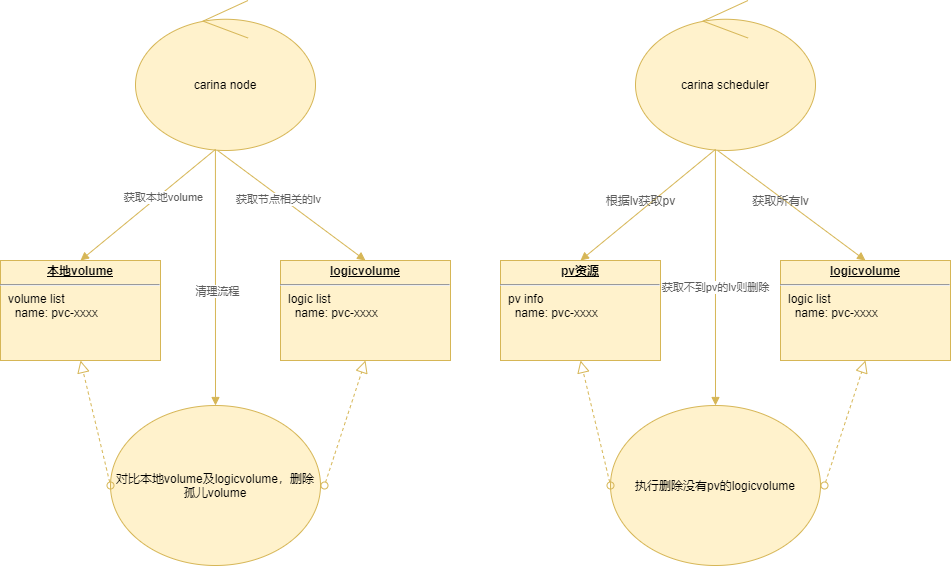
Before: docs/img/csi-troubleshoot.png, a diagram exported from draw.io (carina-io/carina). Source tidied: cells renumbered, new cells last; positions are measured from the earlier drawing's top-left corner, leaving out a move shared by most shapes.
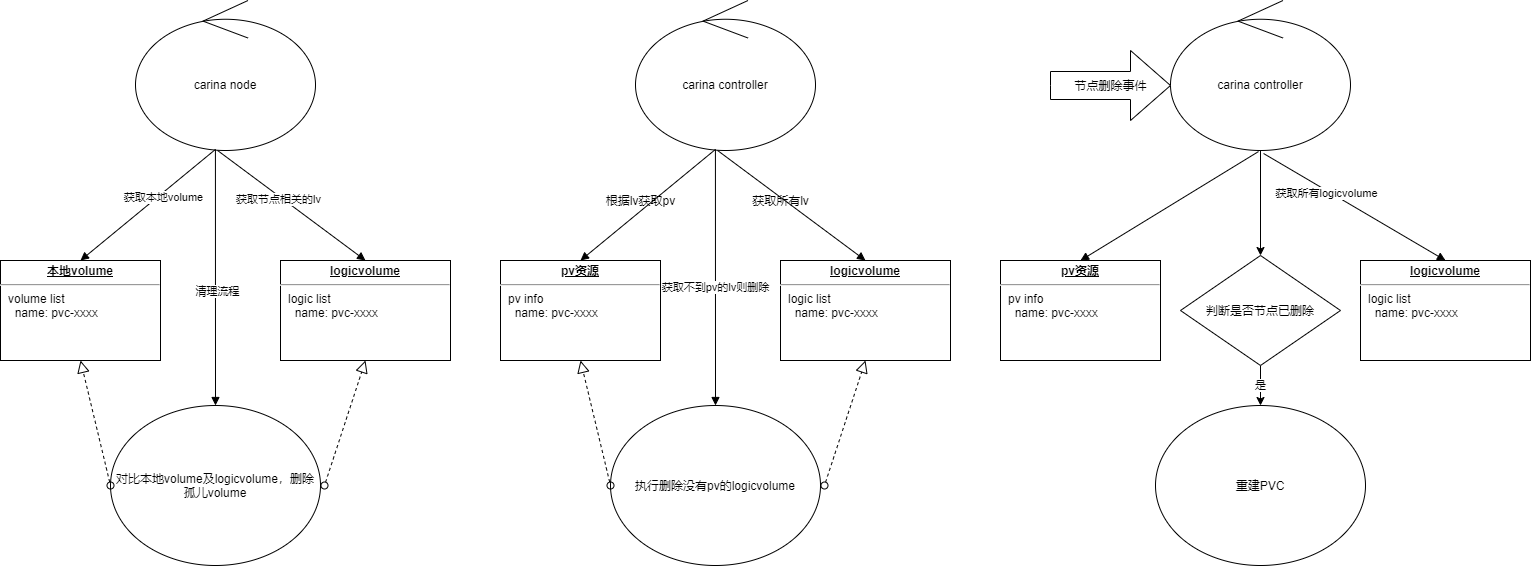
The same diagram one commit later.

Commit message:
更新设计图片

Change to the diagram source:
```diff
@@ -2,81 +2,116 @@
   <root>
     <mxCell id="0" />
     <mxCell id="1" parent="0" />
-    <mxCell id="2" value="carina node" style="ellipse;shape=umlControl;whiteSpace=wrap;html=1;fillColor=#fff2cc;strokeColor=#d6b656;" parent="1" vertex="1">
+    <mxCell id="2" value="carina node" style="ellipse;shape=umlControl;whiteSpace=wrap;html=1;" parent="1" vertex="1">
       <mxGeometry x="135" width="180" height="150" as="geometry" />
     </mxCell>
-    <mxCell id="3" value="&lt;p style=&quot;margin: 0px ; margin-top: 4px ; text-align: center ; text-decoration: underline&quot;&gt;&lt;b&gt;本地volume&lt;/b&gt;&lt;/p&gt;&lt;hr&gt;&lt;p style=&quot;margin: 0px ; margin-left: 8px&quot;&gt;&lt;span&gt;volume list&lt;/span&gt;&lt;br&gt;&lt;/p&gt;&lt;p style=&quot;margin: 0px ; margin-left: 8px&quot;&gt;&lt;span&gt;&amp;nbsp; name: pvc-xxxx&lt;/span&gt;&lt;/p&gt;&lt;p style=&quot;margin: 0px ; margin-left: 8px&quot;&gt;&lt;br&gt;&lt;/p&gt;" style="verticalAlign=top;align=left;overflow=fill;fontSize=12;fontFamily=Helvetica;html=1;fillColor=#fff2cc;strokeColor=#d6b656;" parent="1" vertex="1">
+    <mxCell id="3" value="&lt;p style=&quot;margin: 0px ; margin-top: 4px ; text-align: center ; text-decoration: underline&quot;&gt;&lt;b&gt;本地volume&lt;/b&gt;&lt;/p&gt;&lt;hr&gt;&lt;p style=&quot;margin: 0px ; margin-left: 8px&quot;&gt;&lt;span&gt;volume list&lt;/span&gt;&lt;br&gt;&lt;/p&gt;&lt;p style=&quot;margin: 0px ; margin-left: 8px&quot;&gt;&lt;span&gt;&amp;nbsp; name: pvc-xxxx&lt;/span&gt;&lt;/p&gt;&lt;p style=&quot;margin: 0px ; margin-left: 8px&quot;&gt;&lt;br&gt;&lt;/p&gt;" style="verticalAlign=top;align=left;overflow=fill;fontSize=12;fontFamily=Helvetica;html=1;" parent="1" vertex="1">
       <mxGeometry y="260" width="160" height="100" as="geometry" />
     </mxCell>
-    <mxCell id="4" value="&lt;p style=&quot;margin: 0px ; margin-top: 4px ; text-align: center ; text-decoration: underline&quot;&gt;&lt;b&gt;logicvolume&lt;/b&gt;&lt;/p&gt;&lt;hr&gt;&lt;p style=&quot;margin: 0px ; margin-left: 8px&quot;&gt;logic list&lt;/p&gt;&lt;p style=&quot;margin: 0px ; margin-left: 8px&quot;&gt;&amp;nbsp; name: pvc-xxxx&lt;/p&gt;" style="verticalAlign=top;align=left;overflow=fill;fontSize=12;fontFamily=Helvetica;html=1;fillColor=#fff2cc;strokeColor=#d6b656;" parent="1" vertex="1">
+    <mxCell id="4" value="&lt;p style=&quot;margin: 0px ; margin-top: 4px ; text-align: center ; text-decoration: underline&quot;&gt;&lt;b&gt;logicvolume&lt;/b&gt;&lt;/p&gt;&lt;hr&gt;&lt;p style=&quot;margin: 0px ; margin-left: 8px&quot;&gt;logic list&lt;/p&gt;&lt;p style=&quot;margin: 0px ; margin-left: 8px&quot;&gt;&amp;nbsp; name: pvc-xxxx&lt;/p&gt;" style="verticalAlign=top;align=left;overflow=fill;fontSize=12;fontFamily=Helvetica;html=1;" parent="1" vertex="1">
       <mxGeometry x="280" y="260" width="170" height="100" as="geometry" />
     </mxCell>
-    <mxCell id="5" value="对比本地volume及logicvolume，删除孤儿volume" style="ellipse;whiteSpace=wrap;html=1;fillColor=#fff2cc;strokeColor=#d6b656;" parent="1" vertex="1">
+    <mxCell id="5" value="对比本地volume及logicvolume，删除孤儿volume" style="ellipse;whiteSpace=wrap;html=1;" parent="1" vertex="1">
       <mxGeometry x="110" y="405" width="210" height="160" as="geometry" />
     </mxCell>
-    <mxCell id="6" style="endArrow=block;endFill=1;endSize=6;html=1;exitX=0.444;exitY=0.993;exitDx=0;exitDy=0;exitPerimeter=0;entryX=0.5;entryY=0;entryDx=0;entryDy=0;strokeColor=#d6b656;fontColor=#5C5C5C;fillColor=#fff2cc;" parent="1" edge="1" source="2" target="3">
+    <mxCell id="6" style="endArrow=block;endFill=1;endSize=6;html=1;exitX=0.444;exitY=0.993;exitDx=0;exitDy=0;exitPerimeter=0;entryX=0.5;entryY=0;entryDx=0;entryDy=0;" parent="1" edge="1" source="2" target="3">
       <mxGeometry relative="1" as="geometry" />
     </mxCell>
-    <mxCell id="7" value="获取本地volume" style="edgeLabel;html=1;align=center;verticalAlign=middle;fontColor=#5C5C5C;" parent="6" vertex="1">
+    <mxCell id="7" value="获取本地volume" style="edgeLabel;html=1;align=center;verticalAlign=middle;" parent="6" vertex="1">
       <mxGeometry x="-0.19" y="3" relative="1" as="geometry" />
     </mxCell>
-    <mxCell id="8" style="endArrow=block;endFill=1;endSize=6;html=1;entryX=0.5;entryY=0;entryDx=0;entryDy=0;exitX=0.456;exitY=1;exitDx=0;exitDy=0;exitPerimeter=0;strokeColor=#d6b656;fontColor=#5C5C5C;fillColor=#fff2cc;" parent="1" edge="1" source="2" target="4">
+    <mxCell id="8" style="endArrow=block;endFill=1;endSize=6;html=1;entryX=0.5;entryY=0;entryDx=0;entryDy=0;exitX=0.456;exitY=1;exitDx=0;exitDy=0;exitPerimeter=0;" parent="1" edge="1" source="2" target="4">
       <mxGeometry relative="1" as="geometry" />
     </mxCell>
-    <mxCell id="9" value="获取节点相关的lv" style="edgeLabel;html=1;align=center;verticalAlign=middle;fontColor=#5C5C5C;" parent="8" vertex="1">
+    <mxCell id="9" value="获取节点相关的lv" style="edgeLabel;html=1;align=center;verticalAlign=middle;" parent="8" vertex="1">
       <mxGeometry x="-0.15" y="-3" relative="1" as="geometry" />
     </mxCell>
-    <mxCell id="10" style="endArrow=block;endFill=1;endSize=6;html=1;exitX=0.444;exitY=0.993;exitDx=0;exitDy=0;exitPerimeter=0;entryX=0.5;entryY=0;entryDx=0;entryDy=0;strokeColor=#d6b656;fontColor=#5C5C5C;fillColor=#fff2cc;" parent="1" edge="1" source="2" target="5">
+    <mxCell id="10" style="endArrow=block;endFill=1;endSize=6;html=1;exitX=0.444;exitY=0.993;exitDx=0;exitDy=0;exitPerimeter=0;entryX=0.5;entryY=0;entryDx=0;entryDy=0;" parent="1" edge="1" source="2" target="5">
       <mxGeometry relative="1" as="geometry" />
     </mxCell>
-    <mxCell id="11" value="清理流程" style="edgeLabel;html=1;align=center;verticalAlign=middle;fontColor=#5C5C5C;" parent="10" vertex="1">
+    <mxCell id="11" value="清理流程" style="edgeLabel;html=1;align=center;verticalAlign=middle;" parent="10" vertex="1">
       <mxGeometry x="0.11" y="2" relative="1" as="geometry" />
     </mxCell>
-    <mxCell id="12" style="startArrow=oval;startFill=0;startSize=7;endArrow=block;endFill=0;endSize=10;dashed=1;html=1;entryX=0.5;entryY=1;entryDx=0;entryDy=0;exitX=0;exitY=0.5;exitDx=0;exitDy=0;strokeColor=#d6b656;fontColor=#5C5C5C;fillColor=#fff2cc;" parent="1" edge="1" source="5" target="3">
+    <mxCell id="12" style="startArrow=oval;startFill=0;startSize=7;endArrow=block;endFill=0;endSize=10;dashed=1;html=1;entryX=0.5;entryY=1;entryDx=0;entryDy=0;exitX=0;exitY=0.5;exitDx=0;exitDy=0;" parent="1" edge="1" source="5" target="3">
       <mxGeometry relative="1" as="geometry" />
     </mxCell>
-    <mxCell id="13" style="startArrow=oval;startFill=0;startSize=7;endArrow=block;endFill=0;endSize=10;dashed=1;html=1;entryX=0.5;entryY=1;entryDx=0;entryDy=0;strokeColor=#d6b656;fontColor=#5C5C5C;fillColor=#fff2cc;" parent="1" edge="1" target="4">
+    <mxCell id="13" style="startArrow=oval;startFill=0;startSize=7;endArrow=block;endFill=0;endSize=10;dashed=1;html=1;entryX=0.5;entryY=1;entryDx=0;entryDy=0;" parent="1" edge="1" target="4">
       <mxGeometry relative="1" as="geometry">
         <mxPoint x="324" y="485" as="sourcePoint" />
       </mxGeometry>
     </mxCell>
-    <mxCell id="14" value="carina scheduler" style="ellipse;shape=umlControl;whiteSpace=wrap;html=1;fillColor=#fff2cc;strokeColor=#d6b656;" parent="1" vertex="1">
+    <mxCell id="14" value="carina controller" style="ellipse;shape=umlControl;whiteSpace=wrap;html=1;" parent="1" vertex="1">
       <mxGeometry x="635" width="180" height="150" as="geometry" />
     </mxCell>
-    <mxCell id="15" value="&lt;p style=&quot;margin: 0px ; margin-top: 4px ; text-align: center ; text-decoration: underline&quot;&gt;&lt;b&gt;pv资源&lt;/b&gt;&lt;/p&gt;&lt;hr&gt;&lt;p style=&quot;margin: 0px ; margin-left: 8px&quot;&gt;&lt;span&gt;pv info&lt;/span&gt;&lt;br&gt;&lt;/p&gt;&lt;p style=&quot;margin: 0px ; margin-left: 8px&quot;&gt;&lt;span&gt;&amp;nbsp; name: pvc-xxxx&lt;/span&gt;&lt;/p&gt;&lt;p style=&quot;margin: 0px ; margin-left: 8px&quot;&gt;&lt;br&gt;&lt;/p&gt;" style="verticalAlign=top;align=left;overflow=fill;fontSize=12;fontFamily=Helvetica;html=1;fillColor=#fff2cc;strokeColor=#d6b656;" parent="1" vertex="1">
+    <mxCell id="15" value="&lt;p style=&quot;margin: 0px ; margin-top: 4px ; text-align: center ; text-decoration: underline&quot;&gt;&lt;b&gt;pv资源&lt;/b&gt;&lt;/p&gt;&lt;hr&gt;&lt;p style=&quot;margin: 0px ; margin-left: 8px&quot;&gt;&lt;span&gt;pv info&lt;/span&gt;&lt;br&gt;&lt;/p&gt;&lt;p style=&quot;margin: 0px ; margin-left: 8px&quot;&gt;&lt;span&gt;&amp;nbsp; name: pvc-xxxx&lt;/span&gt;&lt;/p&gt;&lt;p style=&quot;margin: 0px ; margin-left: 8px&quot;&gt;&lt;br&gt;&lt;/p&gt;" style="verticalAlign=top;align=left;overflow=fill;fontSize=12;fontFamily=Helvetica;html=1;" parent="1" vertex="1">
       <mxGeometry x="500" y="260" width="160" height="100" as="geometry" />
     </mxCell>
-    <mxCell id="16" value="&lt;p style=&quot;margin: 0px ; margin-top: 4px ; text-align: center ; text-decoration: underline&quot;&gt;&lt;b&gt;logicvolume&lt;/b&gt;&lt;/p&gt;&lt;hr&gt;&lt;p style=&quot;margin: 0px ; margin-left: 8px&quot;&gt;logic list&lt;/p&gt;&lt;p style=&quot;margin: 0px ; margin-left: 8px&quot;&gt;&amp;nbsp; name: pvc-xxxx&lt;/p&gt;" style="verticalAlign=top;align=left;overflow=fill;fontSize=12;fontFamily=Helvetica;html=1;fillColor=#fff2cc;strokeColor=#d6b656;" parent="1" vertex="1">
+    <mxCell id="16" value="&lt;p style=&quot;margin: 0px ; margin-top: 4px ; text-align: center ; text-decoration: underline&quot;&gt;&lt;b&gt;logicvolume&lt;/b&gt;&lt;/p&gt;&lt;hr&gt;&lt;p style=&quot;margin: 0px ; margin-left: 8px&quot;&gt;logic list&lt;/p&gt;&lt;p style=&quot;margin: 0px ; margin-left: 8px&quot;&gt;&amp;nbsp; name: pvc-xxxx&lt;/p&gt;" style="verticalAlign=top;align=left;overflow=fill;fontSize=12;fontFamily=Helvetica;html=1;" parent="1" vertex="1">
       <mxGeometry x="780" y="260" width="170" height="100" as="geometry" />
     </mxCell>
-    <mxCell id="17" value="执行删除没有pv的logicvolume" style="ellipse;whiteSpace=wrap;html=1;fillColor=#fff2cc;strokeColor=#d6b656;" parent="1" vertex="1">
+    <mxCell id="17" value="执行删除没有pv的logicvolume" style="ellipse;whiteSpace=wrap;html=1;" parent="1" vertex="1">
       <mxGeometry x="610" y="405" width="210" height="160" as="geometry" />
     </mxCell>
-    <mxCell id="18" style="endArrow=block;endFill=1;endSize=6;html=1;exitX=0.444;exitY=0.993;exitDx=0;exitDy=0;exitPerimeter=0;entryX=0.5;entryY=0;entryDx=0;entryDy=0;strokeColor=#d6b656;fontColor=#5C5C5C;fillColor=#fff2cc;" parent="1" edge="1" source="14" target="15">
+    <mxCell id="18" style="endArrow=block;endFill=1;endSize=6;html=1;exitX=0.444;exitY=0.993;exitDx=0;exitDy=0;exitPerimeter=0;entryX=0.5;entryY=0;entryDx=0;entryDy=0;" parent="1" edge="1" source="14" target="15">
       <mxGeometry relative="1" as="geometry" />
     </mxCell>
-    <mxCell id="19" style="endArrow=block;endFill=1;endSize=6;html=1;entryX=0.5;entryY=0;entryDx=0;entryDy=0;exitX=0.456;exitY=1;exitDx=0;exitDy=0;exitPerimeter=0;strokeColor=#d6b656;fontColor=#5C5C5C;fillColor=#fff2cc;" parent="1" edge="1" source="14" target="16">
+    <mxCell id="19" style="endArrow=block;endFill=1;endSize=6;html=1;entryX=0.5;entryY=0;entryDx=0;entryDy=0;exitX=0.456;exitY=1;exitDx=0;exitDy=0;exitPerimeter=0;" parent="1" edge="1" source="14" target="16">
       <mxGeometry relative="1" as="geometry" />
     </mxCell>
-    <mxCell id="20" style="endArrow=block;endFill=1;endSize=6;html=1;exitX=0.444;exitY=0.993;exitDx=0;exitDy=0;exitPerimeter=0;entryX=0.5;entryY=0;entryDx=0;entryDy=0;strokeColor=#d6b656;fontColor=#5C5C5C;fillColor=#fff2cc;" parent="1" edge="1" source="14" target="17">
+    <mxCell id="20" style="endArrow=block;endFill=1;endSize=6;html=1;exitX=0.444;exitY=0.993;exitDx=0;exitDy=0;exitPerimeter=0;entryX=0.5;entryY=0;entryDx=0;entryDy=0;" parent="1" edge="1" source="14" target="17">
       <mxGeometry relative="1" as="geometry" />
     </mxCell>
-    <mxCell id="21" value="获取不到pv的lv则删除" style="edgeLabel;html=1;align=center;verticalAlign=middle;fontColor=#5C5C5C;" parent="20" vertex="1">
+    <mxCell id="21" value="获取不到pv的lv则删除" style="edgeLabel;html=1;align=center;verticalAlign=middle;" parent="20" vertex="1">
       <mxGeometry x="0.08" relative="1" as="geometry" />
     </mxCell>
-    <mxCell id="22" style="startArrow=oval;startFill=0;startSize=7;endArrow=block;endFill=0;endSize=10;dashed=1;html=1;entryX=0.5;entryY=1;entryDx=0;entryDy=0;exitX=0;exitY=0.5;exitDx=0;exitDy=0;strokeColor=#d6b656;fontColor=#5C5C5C;fillColor=#fff2cc;" parent="1" edge="1" source="17" target="15">
+    <mxCell id="22" style="startArrow=oval;startFill=0;startSize=7;endArrow=block;endFill=0;endSize=10;dashed=1;html=1;entryX=0.5;entryY=1;entryDx=0;entryDy=0;exitX=0;exitY=0.5;exitDx=0;exitDy=0;" parent="1" edge="1" source="17" target="15">
       <mxGeometry relative="1" as="geometry" />
     </mxCell>
-    <mxCell id="23" style="startArrow=oval;startFill=0;startSize=7;endArrow=block;endFill=0;endSize=10;dashed=1;html=1;entryX=0.5;entryY=1;entryDx=0;entryDy=0;strokeColor=#d6b656;fontColor=#5C5C5C;fillColor=#fff2cc;" parent="1" edge="1" target="16">
+    <mxCell id="23" style="startArrow=oval;startFill=0;startSize=7;endArrow=block;endFill=0;endSize=10;dashed=1;html=1;entryX=0.5;entryY=1;entryDx=0;entryDy=0;" parent="1" edge="1" target="16">
       <mxGeometry relative="1" as="geometry">
         <mxPoint x="824" y="485" as="sourcePoint" />
       </mxGeometry>
     </mxCell>
-    <mxCell id="24" value="获取所有lv" style="text;html=1;align=center;verticalAlign=middle;fontColor=#5C5C5C;" parent="1" vertex="1">
+    <mxCell id="24" value="获取所有lv" style="text;html=1;align=center;verticalAlign=middle;" parent="1" vertex="1">
       <mxGeometry x="745" y="190" width="70" height="20" as="geometry" />
     </mxCell>
-    <mxCell id="25" value="根据lv获取pv" style="text;html=1;align=center;verticalAlign=middle;fontColor=#5C5C5C;" parent="1" vertex="1">
+    <mxCell id="25" value="根据lv获取pv" style="text;html=1;align=center;verticalAlign=middle;" parent="1" vertex="1">
       <mxGeometry x="600" y="190" width="80" height="20" as="geometry" />
     </mxCell>
+    <mxCell id="26" style="edgeStyle=orthogonalEdgeStyle;curved=0;rounded=1;sketch=0;jettySize=auto;html=1;" parent="1" edge="1" source="27" target="31">
+      <mxGeometry relative="1" as="geometry" />
+    </mxCell>
+    <mxCell id="27" value="carina controller" style="ellipse;shape=umlControl;whiteSpace=wrap;html=1;" parent="1" vertex="1">
+      <mxGeometry x="1170" width="180" height="150" as="geometry" />
+    </mxCell>
+    <mxCell id="28" value="节点删除事件" style="html=1;shadow=0;dashed=0;align=center;verticalAlign=middle;shape=mxgraph.arrows2.arrow;dy=0.6;dx=40;notch=0;rounded=0;sketch=0;" parent="1" vertex="1">
+      <mxGeometry x="1050" y="50" width="120" height="70" as="geometry" />
+    </mxCell>
+    <mxCell id="29" value="&lt;p style=&quot;margin: 0px ; margin-top: 4px ; text-align: center ; text-decoration: underline&quot;&gt;&lt;b&gt;logicvolume&lt;/b&gt;&lt;/p&gt;&lt;hr&gt;&lt;p style=&quot;margin: 0px ; margin-left: 8px&quot;&gt;logic list&lt;/p&gt;&lt;p style=&quot;margin: 0px ; margin-left: 8px&quot;&gt;&amp;nbsp; name: pvc-xxxx&lt;/p&gt;" style="verticalAlign=top;align=left;overflow=fill;fontSize=12;fontFamily=Helvetica;html=1;" parent="1" vertex="1">
+      <mxGeometry x="1360" y="260" width="170" height="100" as="geometry" />
+    </mxCell>
+    <mxCell id="30" value="是" style="edgeStyle=orthogonalEdgeStyle;curved=0;rounded=1;sketch=0;jettySize=auto;html=1;" parent="1" edge="1" source="31" target="36">
+      <mxGeometry relative="1" as="geometry" />
+    </mxCell>
+    <mxCell id="31" value="判断是否节点已删除" style="shape=rhombus;perimeter=rhombusPerimeter;whiteSpace=wrap;html=1;align=center;rounded=0;sketch=0;" parent="1" vertex="1">
+      <mxGeometry x="1180" y="255" width="160" height="110" as="geometry" />
+    </mxCell>
+    <mxCell id="32" style="endArrow=block;endFill=1;endSize=6;html=1;entryX=0.5;entryY=0;entryDx=0;entryDy=0;exitX=0.517;exitY=1.02;exitDx=0;exitDy=0;exitPerimeter=0;" parent="1" edge="1" source="27" target="29">
+      <mxGeometry relative="1" as="geometry" />
+    </mxCell>
+    <mxCell id="33" value="获取所有logicvolume" style="edgeLabel;html=1;align=center;verticalAlign=middle;" parent="32" vertex="1">
+      <mxGeometry x="-0.3" y="-3" relative="1" as="geometry">
+        <mxPoint y="-1" as="offset" />
+      </mxGeometry>
+    </mxCell>
+    <mxCell id="34" value="&lt;p style=&quot;margin: 0px ; margin-top: 4px ; text-align: center ; text-decoration: underline&quot;&gt;&lt;b&gt;pv资源&lt;/b&gt;&lt;/p&gt;&lt;hr&gt;&lt;p style=&quot;margin: 0px ; margin-left: 8px&quot;&gt;&lt;span&gt;pv info&lt;/span&gt;&lt;br&gt;&lt;/p&gt;&lt;p style=&quot;margin: 0px ; margin-left: 8px&quot;&gt;&lt;span&gt;&amp;nbsp; name: pvc-xxxx&lt;/span&gt;&lt;/p&gt;&lt;p style=&quot;margin: 0px ; margin-left: 8px&quot;&gt;&lt;br&gt;&lt;/p&gt;" style="verticalAlign=top;align=left;overflow=fill;fontSize=12;fontFamily=Helvetica;html=1;" parent="1" vertex="1">
+      <mxGeometry x="1000" y="260" width="160" height="100" as="geometry" />
+    </mxCell>
+    <mxCell id="35" style="endArrow=block;endFill=1;endSize=6;html=1;exitX=0.489;exitY=1.007;exitDx=0;exitDy=0;exitPerimeter=0;entryX=0.5;entryY=0;entryDx=0;entryDy=0;" parent="1" edge="1" source="27" target="34">
+      <mxGeometry relative="1" as="geometry" />
+    </mxCell>
+    <mxCell id="36" value="重建PVC" style="ellipse;whiteSpace=wrap;html=1;" parent="1" vertex="1">
+      <mxGeometry x="1155" y="405" width="210" height="160" as="geometry" />
+    </mxCell>
   </root>
 </mxGraphModel>
```
